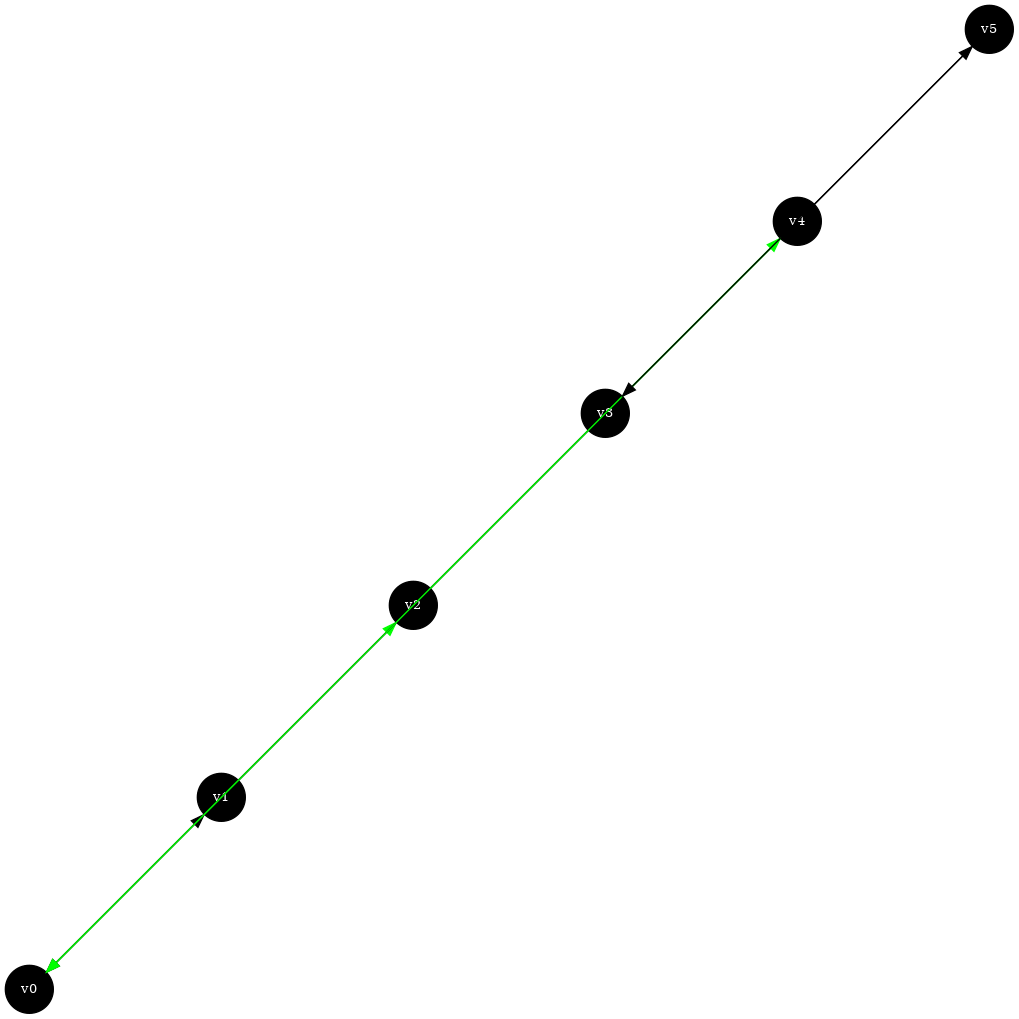
Above: imgs/routes.dot.png in Muril0S4lvador/graphs (Graphviz), before the change. Its source is kept beside it as imgs/routes.dot. Its diagram source:
```dot
graph {
node[fontcolor = white, fillcolor = black, style = filled, shape = circle, fontsize = "10", overlap = "false"];
v0 [pos = "0.00, 0.00!"];
v1 [pos = "2.00, 2.00!"];
v2 [pos = "4.00, 4.00!"];
v3 [pos = "6.00, 6.00!"];
v4 [pos = "8.00, 8.00!"];
v5 [pos = "10.00, 10.00!"];
edge [dir = forward];

edge [color = "black"];

v0 -- v1 -- v5 -- v3 -- v0 ;

edge [color = "green"];

v0 -- v2 -- v4 -- v0 ;
}
```
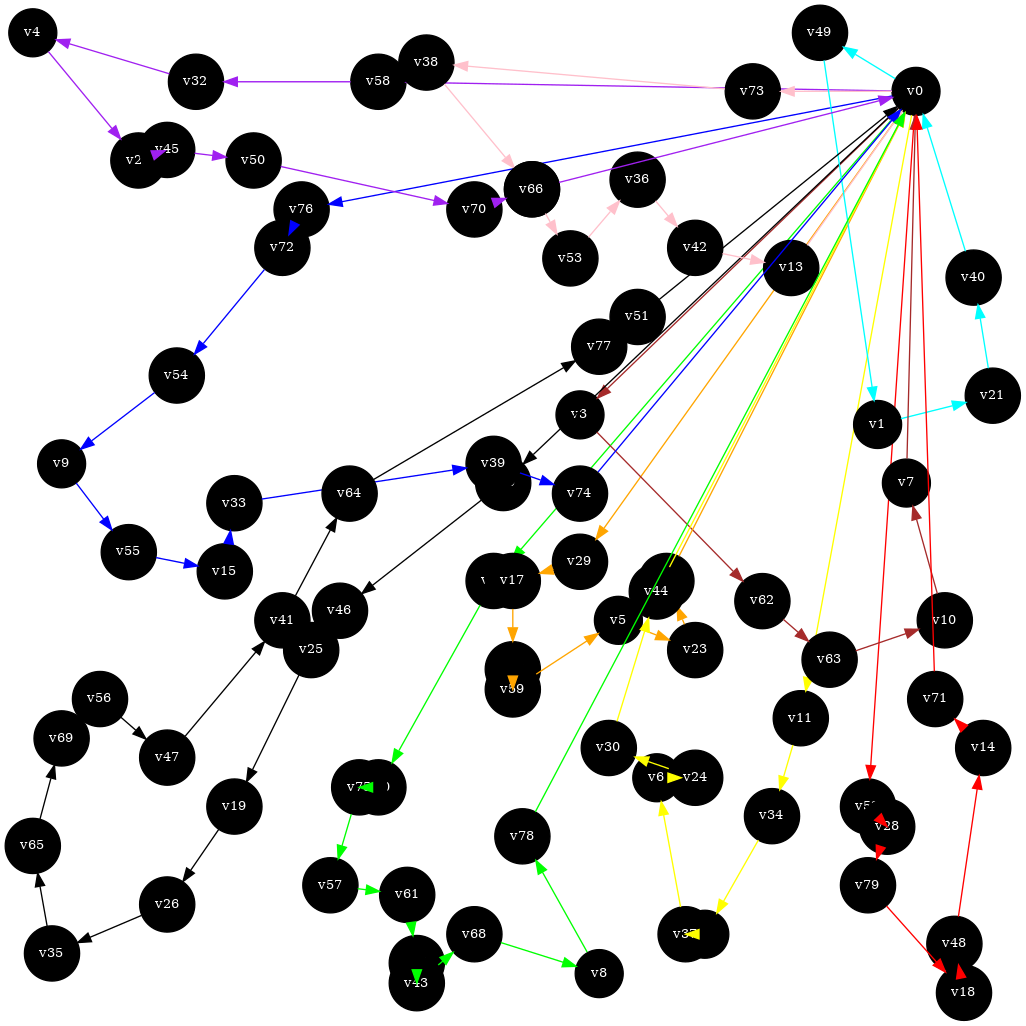
Later version of the same file.

Change to the diagram source:
```diff
@@ -1,18 +1,124 @@
 graph {
 node[fontcolor = white, fillcolor = black, style = filled, shape = circle, fontsize = "10", overlap = "false"];
-v0 [pos = "0.00, 0.00!"];
-v1 [pos = "2.00, 2.00!"];
-v2 [pos = "4.00, 4.00!"];
-v3 [pos = "6.00, 6.00!"];
-v4 [pos = "8.00, 8.00!"];
-v5 [pos = "10.00, 10.00!"];
+v0 [pos = "9.20, 9.39!"];
+v1 [pos = "8.80, 5.92!"];
+v2 [pos = "7.00, 0.61!"];
+v3 [pos = "5.70, 6.02!"];
+v4 [pos = "0.00, 10.00!"];
+v5 [pos = "6.10, 3.88!"];
+v6 [pos = "6.50, 2.24!"];
+v7 [pos = "9.10, 5.31!"];
+v8 [pos = "5.90, 0.20!"];
+v9 [pos = "0.30, 5.51!"];
+v10 [pos = "9.50, 3.88!"];
+v11 [pos = "8.00, 2.86!"];
+v12 [pos = "6.60, 4.29!"];
+v13 [pos = "7.90, 7.55!"];
+v14 [pos = "9.90, 2.55!"];
+v15 [pos = "2.00, 4.39!"];
+v16 [pos = "4.00, 0.31!"];
+v17 [pos = "5.00, 4.29!"];
+v18 [pos = "9.70, 0.00!"];
+v19 [pos = "2.10, 1.94!"];
+v20 [pos = "3.60, 2.14!"];
+v21 [pos = "10.00, 6.22!"];
+v22 [pos = "1.10, 8.67!"];
+v23 [pos = "6.90, 3.57!"];
+v24 [pos = "6.90, 2.24!"];
+v25 [pos = "2.90, 3.57!"];
+v26 [pos = "1.40, 0.92!"];
+v27 [pos = "5.00, 3.37!"];
+v28 [pos = "8.90, 1.73!"];
+v29 [pos = "5.70, 4.49!"];
+v30 [pos = "6.00, 2.55!"];
+v31 [pos = "4.80, 4.29!"];
+v32 [pos = "1.70, 9.49!"];
+v33 [pos = "2.10, 5.10!"];
+v34 [pos = "7.70, 1.84!"];
+v35 [pos = "0.20, 0.41!"];
+v36 [pos = "6.30, 8.47!"];
+v37 [pos = "6.80, 0.61!"];
+v38 [pos = "4.10, 9.69!"];
+v39 [pos = "4.80, 5.51!"];
+v40 [pos = "9.80, 7.45!"];
+v41 [pos = "2.60, 3.88!"];
+v42 [pos = "6.90, 7.76!"];
+v43 [pos = "4.00, 0.10!"];
+v44 [pos = "6.50, 4.18!"];
+v45 [pos = "1.40, 8.78!"];
+v46 [pos = "3.20, 3.98!"];
+v47 [pos = "1.40, 2.45!"];
+v48 [pos = "9.60, 0.51!"];
+v49 [pos = "8.20, 10.00!"];
+v50 [pos = "2.30, 8.67!"];
+v51 [pos = "6.30, 7.04!"];
+v52 [pos = "8.70, 1.94!"];
+v53 [pos = "5.60, 7.65!"];
+v54 [pos = "1.50, 6.43!"];
+v55 [pos = "1.00, 4.59!"];
+v56 [pos = "0.70, 3.06!"];
+v57 [pos = "3.10, 1.12!"];
+v58 [pos = "3.60, 9.49!"];
+v59 [pos = "5.00, 3.16!"];
+v60 [pos = "4.90, 5.31!"];
+v61 [pos = "3.90, 1.02!"];
+v62 [pos = "7.60, 4.08!"];
+v63 [pos = "8.30, 3.47!"];
+v64 [pos = "3.30, 5.20!"];
+v65 [pos = "0.00, 1.53!"];
+v66 [pos = "5.20, 8.37!"];
+v67 [pos = "5.20, 8.37!"];
+v68 [pos = "4.60, 0.61!"];
+v69 [pos = "0.30, 2.65!"];
+v70 [pos = "4.60, 8.16!"];
+v71 [pos = "9.40, 3.06!"];
+v72 [pos = "2.60, 7.76!"];
+v73 [pos = "7.50, 9.39!"];
+v74 [pos = "5.70, 5.20!"];
+v75 [pos = "3.40, 2.14!"];
+v76 [pos = "2.80, 8.16!"];
+v77 [pos = "5.90, 6.73!"];
+v78 [pos = "5.10, 1.63!"];
+v79 [pos = "8.70, 1.12!"];
 edge [dir = forward];
 
 edge [color = "black"];
 
-v0 -- v1 -- v5 -- v3 -- v0 ;
+v0 -- v60 -- v46 -- v25 -- v19 -- v26 -- v35 -- v65 -- v69 -- v56 -- v47 -- v41 -- v64 -- v77 -- v51 -- v0 ;
 
 edge [color = "green"];
 
-v0 -- v2 -- v4 -- v0 ;
+v0 -- v31 -- v20 -- v75 -- v57 -- v61 -- v16 -- v43 -- v68 -- v8 -- v78 -- v0 ;
+
+edge [color = "blue"];
+
+v0 -- v76 -- v72 -- v54 -- v9 -- v55 -- v15 -- v33 -- v39 -- v74 -- v0 ;
+
+edge [color = "yellow"];
+
+v0 -- v11 -- v34 -- v2 -- v37 -- v6 -- v24 -- v30 -- v44 -- v0 ;
+
+edge [color = "red"];
+
+v0 -- v52 -- v28 -- v79 -- v18 -- v48 -- v14 -- v71 -- v0 ;
+
+edge [color = "purple"];
+
+v0 -- v58 -- v32 -- v4 -- v22 -- v45 -- v50 -- v70 -- v66 -- v0 ;
+
+edge [color = "orange"];
+
+v0 -- v29 -- v17 -- v27 -- v59 -- v5 -- v23 -- v12 -- v0 ;
+
+edge [color = "brown"];
+
+v0 -- v3 -- v62 -- v63 -- v10 -- v7 -- v0 ;
+
+edge [color = "pink"];
+
+v0 -- v73 -- v38 -- v67 -- v53 -- v36 -- v42 -- v13 -- v0 ;
+
+edge [color = "cyan"];
+
+v0 -- v49 -- v1 -- v21 -- v40 -- v0 ;
 }
```
